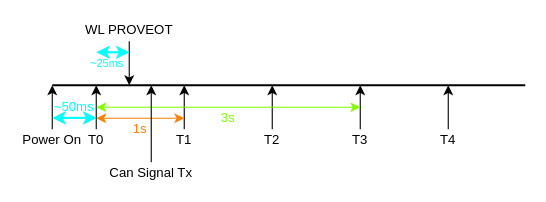
Before: Untitled Diagram.drawio in woshitanwang/pics_procdure, a draw.io diagram. Source tidied: cells renumbered, new cells numbered last; positions are measured from the earlier drawing's top-left corner, leaving out a move shared by most shapes. Both pictures are drawn from the tidied source at 110%, with x=0, y=0 at pixel (19, 19).
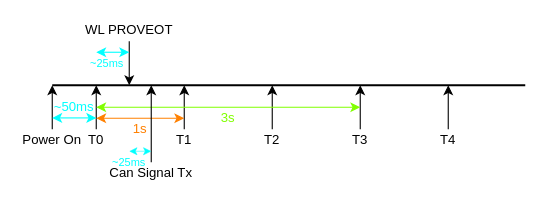
The same page after the edit.

The edit, as a diff of the source:
```diff
@@
-    <mxCell id="21" style="endArrow=classic;startArrow=classic;html=1;strokeWidth=2;strokeColor=#00FFFF;" parent="1" edge="1">
+    <mxCell id="21" style="endArrow=classic;startArrow=classic;html=1;strokeWidth=1;strokeColor=#00FFFF;" parent="1" edge="1">
       <mxGeometry relative="1" as="geometry">
         <mxPoint x="30" y="89.7" as="sourcePoint" />
         <mxPoint x="70" y="89.7" as="targetPoint" />
       </mxGeometry>
     </mxCell>
@@
-    <mxCell id="23" style="endArrow=classic;startArrow=classic;html=1;strokeColor=#00FFFF;strokeWidth=2;" parent="1" edge="1">
+    <mxCell id="23" style="endArrow=classic;startArrow=classic;html=1;strokeColor=#00FFFF;strokeWidth=1;" parent="1" edge="1">
       <mxGeometry relative="1" as="geometry">
         <mxPoint x="70" y="30" as="sourcePoint" />
         <mxPoint x="100" y="30" as="targetPoint" />
       </mxGeometry>
     </mxCell>
@@
+    <mxCell id="27" style="endArrow=classic;startArrow=classic;html=1;strokeColor=#00FFFF;strokeWidth=0.5;exitX=0.5;exitY=0;exitDx=0;exitDy=0;" parent="1" edge="1" source="28">
+      <mxGeometry relative="1" as="geometry">
+        <mxPoint x="120" y="120" as="targetPoint" />
+      </mxGeometry>
+    </mxCell>
+    <mxCell id="28" value="&lt;font color=&quot;#00ffff&quot; style=&quot;font-size: 10px&quot;&gt;~25ms&lt;/font&gt;" style="text;html=1;strokeColor=none;fillColor=none;align=center;verticalAlign=middle;whiteSpace=wrap;rounded=0;" parent="1" vertex="1">
+      <mxGeometry x="80" y="120" width="40" height="20" as="geometry" />
+    </mxCell>
```
